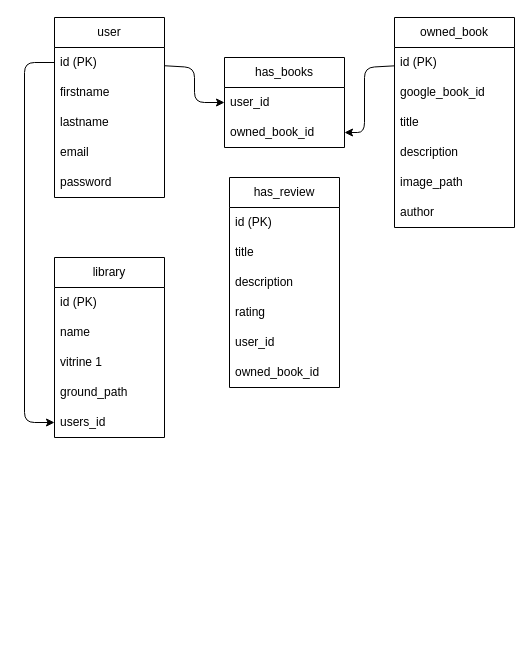
Before: docs/mcd.drawIO in cyrilplou/books-world, a draw.io diagram. Source tidied: cells renumbered, new cells numbered last; positions are measured from the earlier drawing's top-left corner, leaving out a move shared by most shapes. Both pictures are drawn from the tidied source at 100%, with x=0, y=0 at pixel (24, 17).
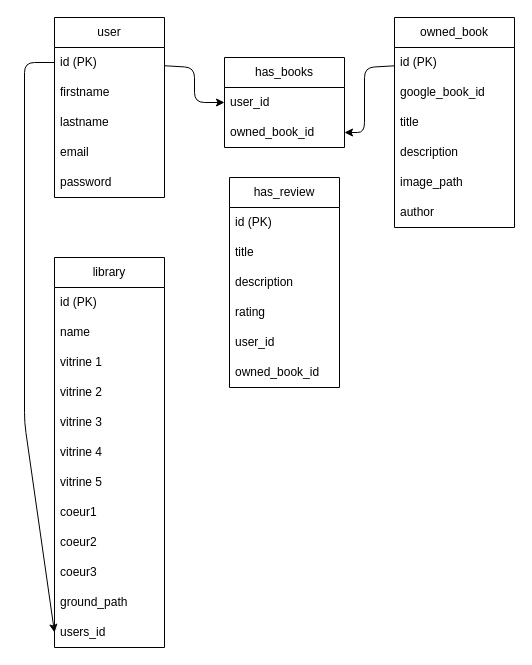
The same diagram, later.

Diff of the diagram source:
```diff
@@
     <mxCell id="29" value="library" style="swimlane;fontStyle=0;horizontal=1;startSize=30;whiteSpace=wrap;html=1;" parent="1" vertex="1">
-      <mxGeometry x="30" y="240" width="110" height="180" as="geometry" />
+      <mxGeometry x="30" y="240" width="110" height="390" as="geometry" />
     </mxCell>
@@
+    <mxCell id="35" value="vitrine 1" style="text;strokeColor=none;fillColor=none;align=left;verticalAlign=middle;spacingLeft=4;spacingRight=4;overflow=hidden;whiteSpace=wrap;html=1;" parent="29" vertex="1">
+      <mxGeometry y="90" width="110" height="30" as="geometry" />
+    </mxCell>
+    <mxCell id="36" value="vitrine 2" style="text;strokeColor=none;fillColor=none;align=left;verticalAlign=middle;spacingLeft=4;spacingRight=4;overflow=hidden;whiteSpace=wrap;html=1;" parent="29" vertex="1">
+      <mxGeometry y="120" width="110" height="30" as="geometry" />
+    </mxCell>
+    <mxCell id="37" value="vitrine 3" style="text;strokeColor=none;fillColor=none;align=left;verticalAlign=middle;spacingLeft=4;spacingRight=4;overflow=hidden;whiteSpace=wrap;html=1;" parent="29" vertex="1">
+      <mxGeometry y="150" width="110" height="30" as="geometry" />
+    </mxCell>
+    <mxCell id="38" value="vitrine 4" style="text;strokeColor=none;fillColor=none;align=left;verticalAlign=middle;spacingLeft=4;spacingRight=4;overflow=hidden;whiteSpace=wrap;html=1;" parent="29" vertex="1">
+      <mxGeometry y="180" width="110" height="30" as="geometry" />
+    </mxCell>
+    <mxCell id="39" value="vitrine 5" style="text;strokeColor=none;fillColor=none;align=left;verticalAlign=middle;spacingLeft=4;spacingRight=4;overflow=hidden;whiteSpace=wrap;html=1;" parent="29" vertex="1">
+      <mxGeometry y="210" width="110" height="30" as="geometry" />
+    </mxCell>
+    <mxCell id="40" value="coeur1" style="text;strokeColor=none;fillColor=none;align=left;verticalAlign=middle;spacingLeft=4;spacingRight=4;overflow=hidden;whiteSpace=wrap;html=1;" parent="29" vertex="1">
+      <mxGeometry y="240" width="110" height="30" as="geometry" />
+    </mxCell>
+    <mxCell id="41" value="coeur2" style="text;strokeColor=none;fillColor=none;align=left;verticalAlign=middle;spacingLeft=4;spacingRight=4;overflow=hidden;whiteSpace=wrap;html=1;" parent="29" vertex="1">
+      <mxGeometry y="270" width="110" height="30" as="geometry" />
+    </mxCell>
-    <mxCell id="32" value="vitrine 1" style="text;strokeColor=none;fillColor=none;align=left;verticalAlign=middle;spacingLeft=4;spacingRight=4;overflow=hidden;whiteSpace=wrap;html=1;" parent="29" vertex="1">
-      <mxGeometry y="90" width="110" height="30" as="geometry" />
+    <mxCell id="32" value="coeur3" style="text;strokeColor=none;fillColor=none;align=left;verticalAlign=middle;spacingLeft=4;spacingRight=4;overflow=hidden;whiteSpace=wrap;html=1;" parent="29" vertex="1">
+      <mxGeometry y="300" width="110" height="30" as="geometry" />
     </mxCell>
     <mxCell id="33" value="ground_path" style="text;strokeColor=none;fillColor=none;align=left;verticalAlign=middle;spacingLeft=4;spacingRight=4;overflow=hidden;whiteSpace=wrap;html=1;" parent="29" vertex="1">
-      <mxGeometry y="120" width="110" height="30" as="geometry" />
+      <mxGeometry y="330" width="110" height="30" as="geometry" />
     </mxCell>
     <mxCell id="34" value="users_id" style="text;strokeColor=none;fillColor=none;align=left;verticalAlign=middle;spacingLeft=4;spacingRight=4;overflow=hidden;points=[[0,0.5],[1,0.5]];portConstraint=eastwest;whiteSpace=wrap;html=1;" parent="29" vertex="1">
-      <mxGeometry y="150" width="110" height="30" as="geometry" />
+      <mxGeometry y="360" width="110" height="30" as="geometry" />
     </mxCell>
```
